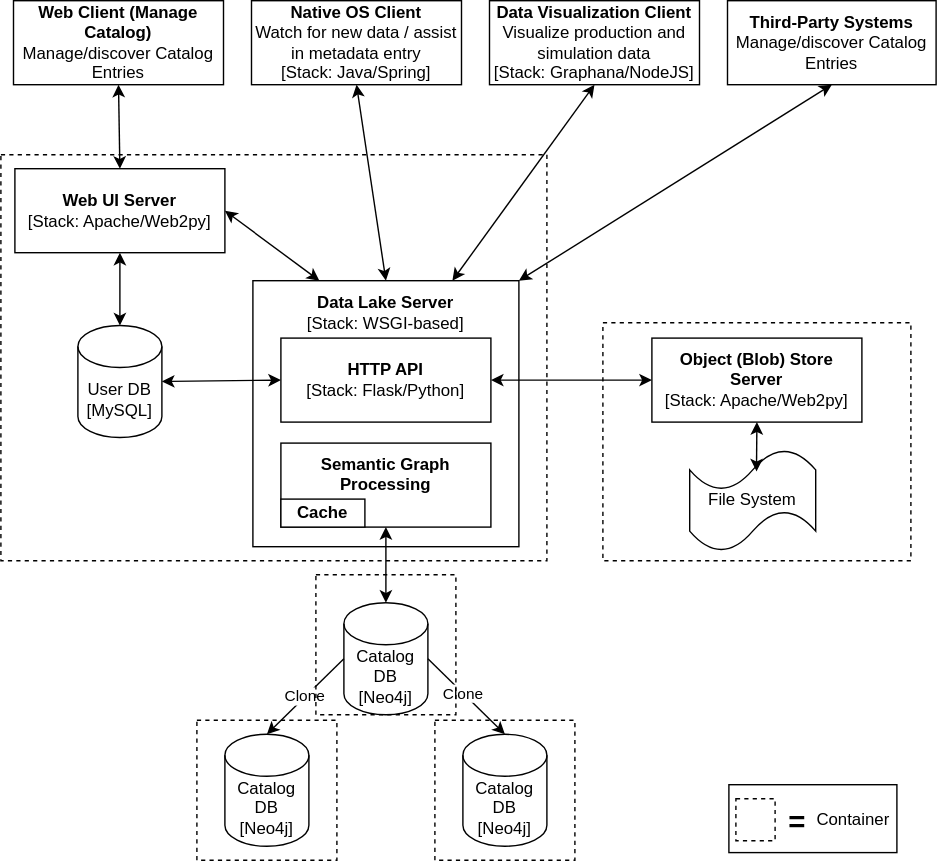
Before: profile/simutool_system_design.drawio.svg, a diagram exported from draw.io (simutool/.github). Source tidied: cells renumbered, new cells last; positions are measured from the earlier drawing's top-left corner, leaving out a move shared by most shapes.
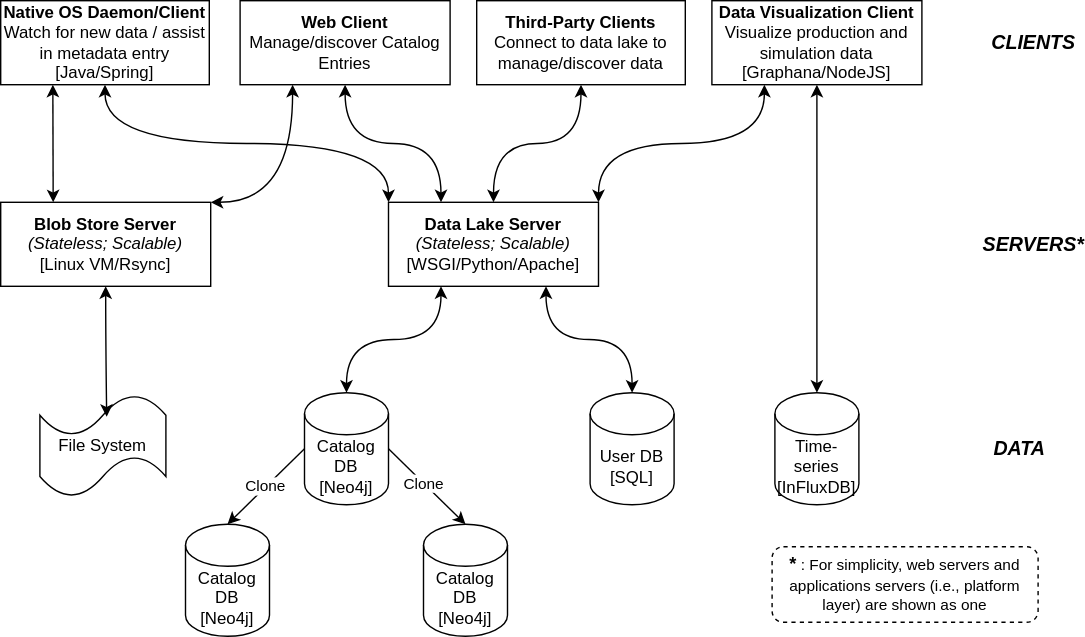
The same diagram one commit later.

Diff of the diagram source:
```diff
@@ -2,68 +2,44 @@
   <root>
     <mxCell id="0" />
     <mxCell id="1" parent="0" />
-    <mxCell id="2" style="rounded=0;whiteSpace=wrap;html=1;dashed=1;fillColor=none;" parent="1" vertex="1">
-      <mxGeometry x="430" y="230" width="220" height="170" as="geometry" />
-    </mxCell>
-    <mxCell id="3" style="rounded=0;whiteSpace=wrap;html=1;dashed=1;fillColor=none;" parent="1" vertex="1">
-      <mxGeometry y="110" width="390" height="290" as="geometry" />
-    </mxCell>
-    <mxCell id="4" value="&lt;b&gt;Data Lake Server&lt;/b&gt;&lt;br&gt;[Stack: WSGI-based]&lt;br&gt;&lt;br&gt;&lt;br&gt;&lt;br&gt;&lt;br&gt;&lt;br&gt;&lt;br&gt;&lt;br&gt;&amp;nbsp;&lt;br&gt;&lt;br&gt;&lt;br&gt;" style="whiteSpace=wrap;html=1;" parent="1" vertex="1">
-      <mxGeometry x="180" y="200" width="190" height="190" as="geometry" />
-    </mxCell>
-    <mxCell id="5" value="&lt;b&gt;Web Client (&lt;/b&gt;&lt;b style=&quot;border-color: var(--border-color);&quot;&gt;Manage Catalog&lt;/b&gt;&lt;b&gt;)&lt;/b&gt;&lt;br&gt;Manage/discover Catalog Entries" style="rounded=0;whiteSpace=wrap;html=1;" parent="1" vertex="1">
-      <mxGeometry x="9" width="150" height="60" as="geometry" />
+    <mxCell id="5" value="&lt;b&gt;Web Client&lt;/b&gt;&lt;br&gt;Manage/discover Catalog Entries" style="rounded=0;whiteSpace=wrap;html=1;" parent="1" vertex="1">
+      <mxGeometry x="190" width="150" height="60" as="geometry" />
     </mxCell>
-    <mxCell id="6" value="&lt;b&gt;Native OS Client&lt;/b&gt;&lt;br&gt;Watch for new data / assist in metadata entry&lt;br&gt;[Stack: Java/Spring]" style="rounded=0;whiteSpace=wrap;html=1;" parent="1" vertex="1">
-      <mxGeometry x="179" width="150" height="60" as="geometry" />
+    <mxCell id="6" value="&lt;b&gt;Native OS Daemon/Client&lt;/b&gt;&lt;br&gt;Watch for new data / assist in metadata entry&lt;br&gt;[Java/Spring]" style="rounded=0;whiteSpace=wrap;html=1;" parent="1" vertex="1">
+      <mxGeometry x="19" width="149" height="60" as="geometry" />
     </mxCell>
-    <mxCell id="7" value="&lt;b&gt;Third-Party Systems&lt;/b&gt;&lt;br&gt;Manage/discover Catalog Entries" style="rounded=0;whiteSpace=wrap;html=1;" parent="1" vertex="1">
-      <mxGeometry x="519" width="149" height="60" as="geometry" />
+    <mxCell id="7" value="&lt;b&gt;Third-Party Clients&lt;/b&gt;&lt;br&gt;Connect to data lake to manage/discover data" style="rounded=0;whiteSpace=wrap;html=1;" parent="1" vertex="1">
+      <mxGeometry x="359" width="149" height="60" as="geometry" />
     </mxCell>
-    <mxCell id="8" value="&lt;b&gt;HTTP API&lt;/b&gt;&lt;br&gt;[Stack: Flask/Python]" style="rounded=0;whiteSpace=wrap;html=1;" parent="1" vertex="1">
-      <mxGeometry x="200" y="241" width="150" height="60" as="geometry" />
-    </mxCell>
-    <mxCell id="9" value="&lt;b&gt;Web UI Server&lt;br&gt;&lt;/b&gt;[Stack: Apache/Web2py]" style="rounded=0;whiteSpace=wrap;html=1;" parent="1" vertex="1">
-      <mxGeometry x="10" y="120" width="150" height="60" as="geometry" />
-    </mxCell>
-    <mxCell id="10" style="endArrow=classic;html=1;rounded=0;exitX=0.5;exitY=1;exitDx=0;exitDy=0;entryX=0.5;entryY=0;entryDx=0;entryDy=0;startArrow=classic;startFill=1;" parent="1" edge="1" source="5" target="9">
+    <mxCell id="10" style="endArrow=classic;html=1;rounded=0;exitX=0.5;exitY=1;exitDx=0;exitDy=0;entryX=0.25;entryY=0;entryDx=0;entryDy=0;startArrow=classic;startFill=1;edgeStyle=orthogonalEdgeStyle;curved=1;" parent="1" edge="1" source="5" target="39">
       <mxGeometry relative="1" as="geometry" />
     </mxCell>
-    <mxCell id="11" style="endArrow=classic;html=1;rounded=0;exitX=1;exitY=0.5;exitDx=0;exitDy=0;entryX=0.25;entryY=0;entryDx=0;entryDy=0;startArrow=classic;startFill=1;" parent="1" edge="1" source="9" target="4">
-      <mxGeometry relative="1" as="geometry" />
-    </mxCell>
-    <mxCell id="12" style="endArrow=classic;html=1;rounded=0;exitX=0.5;exitY=1;exitDx=0;exitDy=0;startArrow=classic;startFill=1;entryX=0.5;entryY=0;entryDx=0;entryDy=0;" parent="1" edge="1" source="6" target="4">
+    <mxCell id="12" style="endArrow=classic;html=1;rounded=0;exitX=0.5;exitY=1;exitDx=0;exitDy=0;startArrow=classic;startFill=1;entryX=0;entryY=0;entryDx=0;entryDy=0;edgeStyle=orthogonalEdgeStyle;curved=1;" parent="1" edge="1" source="6" target="39">
       <mxGeometry relative="1" as="geometry" />
     </mxCell>
-    <mxCell id="13" style="endArrow=classic;html=1;rounded=0;exitX=0.5;exitY=1;exitDx=0;exitDy=0;entryX=1;entryY=0;entryDx=0;entryDy=0;startArrow=classic;startFill=1;" parent="1" edge="1" source="7" target="4">
+    <mxCell id="13" style="endArrow=classic;html=1;rounded=0;startArrow=classic;startFill=1;exitX=0.5;exitY=1;exitDx=0;exitDy=0;entryX=0.5;entryY=0;entryDx=0;entryDy=0;edgeStyle=orthogonalEdgeStyle;curved=1;" parent="1" edge="1" source="7" target="39">
       <mxGeometry relative="1" as="geometry" />
     </mxCell>
-    <mxCell id="14" value="&lt;b&gt;Semantic Graph Processing&lt;br&gt;&lt;br&gt;&lt;/b&gt;" style="rounded=0;whiteSpace=wrap;html=1;" parent="1" vertex="1">
-      <mxGeometry x="200" y="316" width="150" height="60" as="geometry" />
-    </mxCell>
-    <mxCell id="15" value="&lt;b&gt;Data Visualization Client&lt;/b&gt;&lt;br&gt;Visualize production and simulation data &lt;br&gt;[Stack: Graphana/NodeJS]" style="rounded=0;whiteSpace=wrap;html=1;" parent="1" vertex="1">
-      <mxGeometry x="349" width="150" height="60" as="geometry" />
+    <mxCell id="15" value="&lt;b&gt;Data Visualization Client&lt;/b&gt;&lt;br&gt;Visualize production and simulation data &lt;br&gt;[Graphana/NodeJS]" style="rounded=0;whiteSpace=wrap;html=1;" parent="1" vertex="1">
+      <mxGeometry x="527" width="150" height="60" as="geometry" />
     </mxCell>
-    <mxCell id="16" style="endArrow=classic;html=1;rounded=0;exitX=0.5;exitY=1;exitDx=0;exitDy=0;entryX=0.75;entryY=0;entryDx=0;entryDy=0;startArrow=classic;startFill=1;" parent="1" edge="1" source="15" target="4">
+    <mxCell id="16" style="endArrow=classic;html=1;rounded=0;exitX=0.25;exitY=1;exitDx=0;exitDy=0;startArrow=classic;startFill=1;entryX=1;entryY=0;entryDx=0;entryDy=0;edgeStyle=orthogonalEdgeStyle;curved=1;" parent="1" edge="1" source="15" target="39">
       <mxGeometry relative="1" as="geometry" />
     </mxCell>
-    <mxCell id="17" value="User DB&lt;br&gt;[MySQL]" style="shape=cylinder3;whiteSpace=wrap;html=1;boundedLbl=1;backgroundOutline=1;size=15;" parent="1" vertex="1">
-      <mxGeometry x="55" y="232" width="60" height="80" as="geometry" />
+    <mxCell id="17" value="User DB&lt;br&gt;[SQL]" style="shape=cylinder3;whiteSpace=wrap;html=1;boundedLbl=1;backgroundOutline=1;size=15;" parent="1" vertex="1">
+      <mxGeometry x="440" y="280" width="60" height="80" as="geometry" />
     </mxCell>
-    <mxCell id="18" style="endArrow=classic;html=1;rounded=0;exitX=0.5;exitY=1;exitDx=0;exitDy=0;entryX=0.5;entryY=0;entryDx=0;entryDy=0;entryPerimeter=0;startArrow=classic;startFill=1;" parent="1" edge="1" source="9" target="17">
-      <mxGeometry relative="1" as="geometry" />
-    </mxCell>
-    <mxCell id="19" style="endArrow=classic;html=1;rounded=0;entryX=1;entryY=0.5;entryDx=0;entryDy=0;entryPerimeter=0;exitX=0;exitY=0.5;exitDx=0;exitDy=0;startArrow=classic;startFill=1;" parent="1" edge="1" source="8" target="17">
+    <mxCell id="19" style="endArrow=classic;html=1;rounded=0;startArrow=classic;startFill=1;exitX=0.75;exitY=1;exitDx=0;exitDy=0;edgeStyle=orthogonalEdgeStyle;curved=1;" parent="1" edge="1" source="39" target="17">
       <mxGeometry relative="1" as="geometry" />
     </mxCell>
     <mxCell id="20" value="Catalog DB&lt;br&gt;[Neo4j]" style="shape=cylinder3;whiteSpace=wrap;html=1;boundedLbl=1;backgroundOutline=1;size=15;" parent="1" vertex="1">
-      <mxGeometry x="245" y="430" width="60" height="80" as="geometry" />
+      <mxGeometry x="236" y="280" width="60" height="80" as="geometry" />
     </mxCell>
     <mxCell id="21" value="Catalog DB&lt;br&gt;[Neo4j]" style="shape=cylinder3;whiteSpace=wrap;html=1;boundedLbl=1;backgroundOutline=1;size=15;" parent="1" vertex="1">
-      <mxGeometry x="160" y="524" width="60" height="80" as="geometry" />
+      <mxGeometry x="151" y="374" width="60" height="80" as="geometry" />
     </mxCell>
     <mxCell id="22" value="Catalog DB&lt;br&gt;[Neo4j]" style="shape=cylinder3;whiteSpace=wrap;html=1;boundedLbl=1;backgroundOutline=1;size=15;" parent="1" vertex="1">
-      <mxGeometry x="330" y="524" width="60" height="80" as="geometry" />
+      <mxGeometry x="321" y="374" width="60" height="80" as="geometry" />
     </mxCell>
     <mxCell id="23" style="endArrow=classic;html=1;rounded=0;exitX=1;exitY=0.5;exitDx=0;exitDy=0;exitPerimeter=0;entryX=0.5;entryY=0;entryDx=0;entryDy=0;entryPerimeter=0;" parent="1" edge="1" source="20" target="22">
       <mxGeometry relative="1" as="geometry" />
@@ -76,44 +52,48 @@
     <mxCell id="25" value="Clone" style="endArrow=classic;html=1;rounded=0;entryX=0.5;entryY=0;entryDx=0;entryDy=0;entryPerimeter=0;exitX=0;exitY=0.5;exitDx=0;exitDy=0;exitPerimeter=0;" parent="1" edge="1" source="20" target="21">
       <mxGeometry relative="1" as="geometry" />
     </mxCell>
-    <mxCell id="26" style="endArrow=classic;html=1;rounded=0;entryX=0.5;entryY=0;entryDx=0;entryDy=0;entryPerimeter=0;exitX=0.5;exitY=1;exitDx=0;exitDy=0;startArrow=classic;startFill=1;" parent="1" edge="1" source="14" target="20">
+    <mxCell id="26" style="endArrow=classic;html=1;rounded=0;entryX=0.5;entryY=0;entryDx=0;entryDy=0;entryPerimeter=0;exitX=0.25;exitY=1;exitDx=0;exitDy=0;startArrow=classic;startFill=1;edgeStyle=orthogonalEdgeStyle;curved=1;" parent="1" edge="1" source="39" target="20">
       <mxGeometry relative="1" as="geometry" />
     </mxCell>
-    <mxCell id="27" style="rounded=0;whiteSpace=wrap;html=1;dashed=1;fillColor=none;" parent="1" vertex="1">
-      <mxGeometry x="140" y="514" width="100" height="100" as="geometry" />
-    </mxCell>
-    <mxCell id="28" style="rounded=0;whiteSpace=wrap;html=1;dashed=1;fillColor=none;" parent="1" vertex="1">
-      <mxGeometry x="310" y="514" width="100" height="100" as="geometry" />
-    </mxCell>
-    <mxCell id="29" style="rounded=0;whiteSpace=wrap;html=1;dashed=1;fillColor=none;" parent="1" vertex="1">
-      <mxGeometry x="225" y="410" width="100" height="100" as="geometry" />
-    </mxCell>
-    <mxCell id="30" value="&lt;b&gt;Object (Blob) Store Server&lt;br&gt;&lt;/b&gt;[Stack: Apache/Web2py]" style="rounded=0;whiteSpace=wrap;html=1;" parent="1" vertex="1">
-      <mxGeometry x="465" y="241" width="150" height="60" as="geometry" />
+    <mxCell id="30" value="&lt;b&gt;Blob Store Server&lt;br&gt;&lt;/b&gt;&lt;i style=&quot;border-color: var(--border-color);&quot;&gt;(Stateless; Scalable)&lt;/i&gt;&lt;b&gt;&lt;br&gt;&lt;/b&gt;[Linux VM/Rsync]" style="rounded=0;whiteSpace=wrap;html=1;" parent="1" vertex="1">
+      <mxGeometry x="19" y="144" width="150" height="60" as="geometry" />
     </mxCell>
     <mxCell id="31" value="File System" style="shape=tape;whiteSpace=wrap;html=1;fillColor=none;" parent="1" vertex="1">
-      <mxGeometry x="492" y="320.5" width="90" height="73" as="geometry" />
+      <mxGeometry x="47" y="281.5" width="90" height="73" as="geometry" />
     </mxCell>
-    <mxCell id="32" style="endArrow=classic;html=1;rounded=0;entryX=0.53;entryY=0.215;entryDx=0;entryDy=0;entryPerimeter=0;exitX=0.5;exitY=1;exitDx=0;exitDy=0;startArrow=classic;startFill=1;" parent="1" edge="1" source="30" target="31">
+    <mxCell id="32" style="endArrow=classic;html=1;rounded=0;entryX=0.53;entryY=0.215;entryDx=0;entryDy=0;entryPerimeter=0;exitX=0.5;exitY=1;exitDx=0;exitDy=0;startArrow=classic;startFill=1;edgeStyle=orthogonalEdgeStyle;curved=1;" parent="1" edge="1" source="30" target="31">
       <mxGeometry relative="1" as="geometry" />
     </mxCell>
-    <mxCell id="33" style="endArrow=classic;html=1;rounded=0;entryX=0;entryY=0.5;entryDx=0;entryDy=0;exitX=1;exitY=0.5;exitDx=0;exitDy=0;startArrow=classic;startFill=1;" parent="1" edge="1" source="8" target="30">
-      <mxGeometry relative="1" as="geometry" />
-    </mxCell>
-    <mxCell id="34" value="&lt;b&gt;Cache&lt;/b&gt;" style="rounded=0;whiteSpace=wrap;html=1;strokeWidth=1;" parent="1" vertex="1">
-      <mxGeometry x="200" y="356" width="60" height="20" as="geometry" />
-    </mxCell>
-    <mxCell id="35" style="rounded=0;whiteSpace=wrap;html=1;dashed=1;fillColor=none;" parent="1" vertex="1">
-      <mxGeometry x="525" y="570" width="28" height="30" as="geometry" />
-    </mxCell>
-    <mxCell id="36" value="&lt;font style=&quot;font-size: 21px;&quot;&gt;&lt;b&gt;=&lt;/b&gt;&lt;/font&gt;" style="text;html=1;strokeColor=none;fillColor=none;align=center;verticalAlign=middle;whiteSpace=wrap;rounded=0;strokeWidth=1;" parent="1" vertex="1">
-      <mxGeometry x="559" y="571" width="20" height="30" as="geometry" />
-    </mxCell>
-    <mxCell id="37" value="Container" style="text;html=1;strokeColor=none;fillColor=none;align=center;verticalAlign=middle;whiteSpace=wrap;rounded=0;strokeWidth=1;fontSize=12;" parent="1" vertex="1">
-      <mxGeometry x="579" y="570" width="60" height="30" as="geometry" />
-    </mxCell>
-    <mxCell id="38" style="rounded=0;whiteSpace=wrap;html=1;strokeWidth=1;fontSize=12;fillColor=none;align=left;" parent="1" vertex="1">
-      <mxGeometry x="520" y="560" width="120" height="48.5" as="geometry" />
-    </mxCell>
+    <mxCell id="39" value="&lt;b style=&quot;border-color: var(--border-color);&quot;&gt;Data Lake Server&lt;br style=&quot;border-color: var(--border-color);&quot;&gt;&lt;/b&gt;&lt;i style=&quot;border-color: var(--border-color);&quot;&gt;(Stateless; Scalable)&lt;/i&gt;&lt;br style=&quot;border-color: var(--border-color);&quot;&gt;[WSGI/Python/Apache]" style="rounded=0;whiteSpace=wrap;html=1;" parent="1" vertex="1">
+      <mxGeometry x="296" y="144" width="150" height="60" as="geometry" />
+    </mxCell>
+    <mxCell id="40" value="Time-series&lt;br&gt;[InFluxDB]" style="shape=cylinder3;whiteSpace=wrap;html=1;boundedLbl=1;backgroundOutline=1;size=15;" parent="1" vertex="1">
+      <mxGeometry x="572" y="280" width="60" height="80" as="geometry" />
+    </mxCell>
+    <mxCell id="41" style="endArrow=classic;html=1;rounded=0;exitX=0.5;exitY=1;exitDx=0;exitDy=0;entryX=0.5;entryY=0;entryDx=0;entryDy=0;entryPerimeter=0;startArrow=classic;startFill=1;" parent="1" edge="1" source="15" target="40">
+      <mxGeometry relative="1" as="geometry" />
+    </mxCell>
+    <mxCell id="42" value="&lt;font style=&quot;font-size: 14px;&quot;&gt;CLIENTS&lt;/font&gt;" style="text;html=1;strokeColor=none;fillColor=none;align=center;verticalAlign=middle;whiteSpace=wrap;rounded=0;labelBackgroundColor=none;labelBorderColor=none;fontStyle=3;fontSize=14;" parent="1" vertex="1">
+      <mxGeometry x="727" y="15" width="60" height="30" as="geometry" />
+    </mxCell>
+    <mxCell id="43" value="&lt;font style=&quot;font-size: 14px;&quot;&gt;SERVERS*&lt;/font&gt;" style="text;html=1;strokeColor=none;fillColor=none;align=center;verticalAlign=middle;whiteSpace=wrap;rounded=0;labelBackgroundColor=none;labelBorderColor=none;fontStyle=3;fontSize=14;" parent="1" vertex="1">
+      <mxGeometry x="727" y="159" width="60" height="30" as="geometry" />
+    </mxCell>
+    <mxCell id="44" value="&lt;font style=&quot;font-size: 14px;&quot;&gt;DATA&lt;/font&gt;" style="text;html=1;strokeColor=none;fillColor=none;align=center;verticalAlign=middle;whiteSpace=wrap;rounded=0;labelBackgroundColor=none;labelBorderColor=none;fontStyle=3;fontSize=14;" parent="1" vertex="1">
+      <mxGeometry x="717" y="305" width="60" height="30" as="geometry" />
+    </mxCell>
+    <mxCell id="45" style="endArrow=classic;html=1;rounded=0;strokeWidth=1;fontSize=14;exitX=0.25;exitY=1;exitDx=0;exitDy=0;entryX=1;entryY=0;entryDx=0;entryDy=0;startArrow=classic;startFill=1;edgeStyle=orthogonalEdgeStyle;curved=1;" parent="1" edge="1" source="5" target="30">
+      <mxGeometry relative="1" as="geometry">
+        <Array as="points">
+          <mxPoint x="228" y="144" />
+        </Array>
+      </mxGeometry>
+    </mxCell>
+    <mxCell id="46" style="curved=1;endArrow=classic;html=1;rounded=0;strokeWidth=1;fontSize=14;exitX=0.25;exitY=1;exitDx=0;exitDy=0;edgeStyle=orthogonalEdgeStyle;entryX=0.25;entryY=0;entryDx=0;entryDy=0;startArrow=classic;startFill=1;" parent="1" edge="1" source="6" target="30">
+      <mxGeometry relative="1" as="geometry" />
+    </mxCell>
+    <mxCell id="47" value="&lt;font style=&quot;font-size: 13px;&quot;&gt;&lt;b&gt;*&lt;/b&gt;&lt;/font&gt;&lt;font style=&quot;font-size: 11px;&quot;&gt; : For simplicity, web servers and applications servers (i.e., platform layer) are shown as one&lt;/font&gt;" style="rounded=1;whiteSpace=wrap;html=1;dashed=1;" parent="1" vertex="1">
+      <mxGeometry x="570" y="390" width="190" height="54" as="geometry" />
+    </mxCell>
   </root>
 </mxGraphModel>
```
